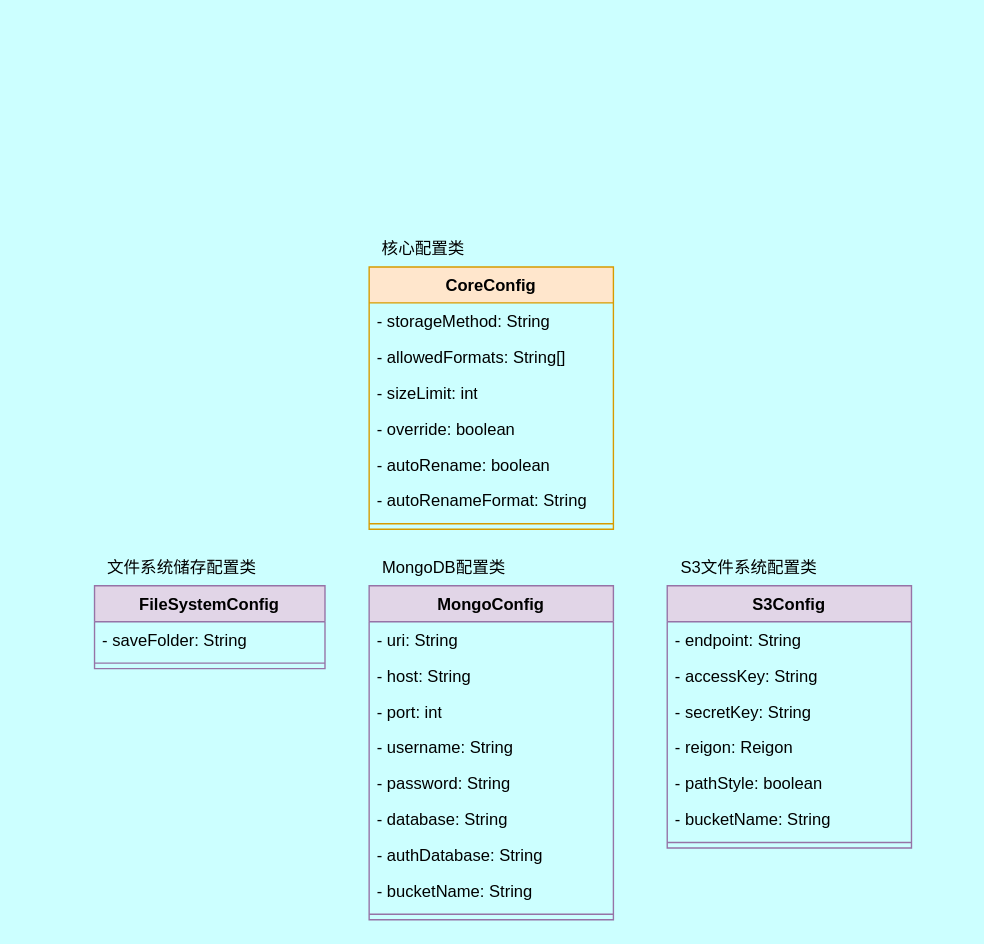
Before: page "配置类" (1 of 2) of docs/diagram/部分类图.drawio in swsk33/file-lift, a draw.io diagram. Source tidied: cells renumbered, new cells numbered last; positions are measured from the earlier drawing's top-left corner, leaving out a move shared by most shapes. Both pictures are drawn from the tidied source at 138%, with x=0, y=0 at pixel (94, 230).
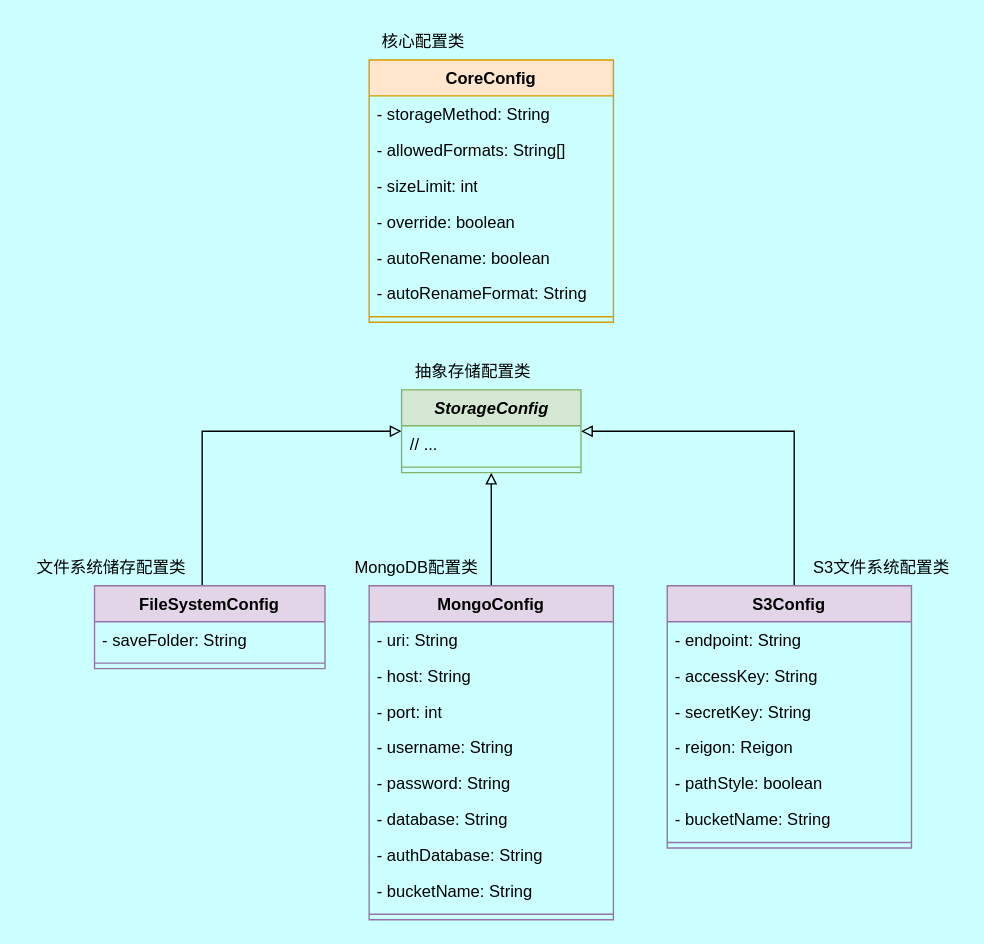
After the change.

Unchanged cells that the change refers to:
```xml
<mxCell id="10" value="FileSystemConfig" style="swimlane;fontStyle=1;align=center;verticalAlign=top;horizontal=1;startSize=26;whiteSpace=wrap;html=1;fillColor=#e1d5e7;strokeColor=#9673a6;" parent="1" vertex="1">
  <mxGeometry y="257" width="167" height="60" as="geometry" />
</mxCell>
<mxCell id="13" value="MongoConfig" style="swimlane;fontStyle=1;align=center;verticalAlign=top;horizontal=1;startSize=26;whiteSpace=wrap;html=1;fillColor=#e1d5e7;strokeColor=#9673a6;" parent="1" vertex="1">
  <mxGeometry x="199" y="257" width="177" height="242" as="geometry" />
</mxCell>
<mxCell id="27" value="S3Config" style="swimlane;fontStyle=1;align=center;verticalAlign=top;horizontal=1;startSize=26;whiteSpace=wrap;html=1;fillColor=#e1d5e7;strokeColor=#9673a6;" parent="1" vertex="1">
  <mxGeometry x="415" y="257" width="177" height="190" as="geometry" />
</mxCell>
```

What changed in the source:
```diff
@@
     <mxCell id="2" value="CoreConfig" style="swimlane;fontStyle=1;align=center;verticalAlign=top;horizontal=1;startSize=26;whiteSpace=wrap;html=1;fillColor=#ffe6cc;strokeColor=#d79b00;" parent="1" vertex="1">
-      <mxGeometry x="199" y="26" width="177" height="190" as="geometry" />
+      <mxGeometry x="199" y="-124" width="177" height="190" as="geometry" />
     </mxCell>
@@
+    <mxCell id="35" style="edgeStyle=orthogonalEdgeStyle;shape=connector;rounded=0;jettySize=auto;html=1;strokeColor=default;align=center;verticalAlign=middle;fontFamily=Helvetica;fontSize=11;fontColor=default;labelBackgroundColor=default;endArrow=block;endFill=0;" parent="1" edge="1" source="10" target="38">
+      <mxGeometry relative="1" as="geometry">
+        <Array as="points">
+          <mxPoint x="78" y="145" />
+        </Array>
+      </mxGeometry>
+    </mxCell>
@@
+    <mxCell id="36" style="edgeStyle=orthogonalEdgeStyle;shape=connector;rounded=0;jettySize=auto;html=1;strokeColor=default;align=center;verticalAlign=middle;fontFamily=Helvetica;fontSize=11;fontColor=default;labelBackgroundColor=default;endArrow=block;endFill=0;" parent="1" edge="1" source="13" target="38">
+      <mxGeometry relative="1" as="geometry" />
+    </mxCell>
@@
     <mxCell id="23" value="核心配置类" style="text;html=1;align=center;verticalAlign=middle;strokeColor=none;fillColor=none;" parent="1" vertex="1">
-      <mxGeometry x="199" width="78" height="26" as="geometry" />
+      <mxGeometry x="199" y="-150" width="78" height="26" as="geometry" />
     </mxCell>
     <mxCell id="24" value="MongoDB配置类" style="text;html=1;align=center;verticalAlign=middle;strokeColor=none;fillColor=none;" parent="1" vertex="1">
-      <mxGeometry x="199" y="231" width="107" height="26" as="geometry" />
+      <mxGeometry x="179" y="231" width="107" height="26" as="geometry" />
     </mxCell>
     <mxCell id="25" value="文件系统储存配置类" style="text;html=1;align=center;verticalAlign=middle;strokeColor=none;fillColor=none;" parent="1" vertex="1">
-      <mxGeometry y="231" width="126" height="26" as="geometry" />
+      <mxGeometry x="-51" y="231" width="126" height="26" as="geometry" />
     </mxCell>
     <mxCell id="26" value="S3文件系统配置类" style="text;html=1;align=center;verticalAlign=middle;strokeColor=none;fillColor=none;" parent="1" vertex="1">
-      <mxGeometry x="415" y="231" width="117" height="26" as="geometry" />
+      <mxGeometry x="511" y="231" width="117" height="26" as="geometry" />
     </mxCell>
+    <mxCell id="37" style="edgeStyle=orthogonalEdgeStyle;shape=connector;rounded=0;jettySize=auto;html=1;strokeColor=default;align=center;verticalAlign=middle;fontFamily=Helvetica;fontSize=11;fontColor=default;labelBackgroundColor=default;endArrow=block;endFill=0;" parent="1" edge="1" source="27" target="38">
+      <mxGeometry relative="1" as="geometry">
+        <Array as="points">
+          <mxPoint x="507" y="145" />
+        </Array>
+      </mxGeometry>
+    </mxCell>
@@
+    <mxCell id="38" value="&lt;i&gt;StorageConfig&lt;/i&gt;" style="swimlane;fontStyle=1;align=center;verticalAlign=top;horizontal=1;startSize=26;whiteSpace=wrap;html=1;fillColor=#d5e8d4;strokeColor=#82b366;" parent="1" vertex="1">
+      <mxGeometry x="222.5" y="115" width="130" height="60" as="geometry" />
+    </mxCell>
+    <mxCell id="39" value="// ..." style="text;strokeColor=none;fillColor=none;align=left;verticalAlign=top;spacingLeft=4;spacingRight=4;overflow=hidden;whiteSpace=wrap;html=1;" parent="38" vertex="1">
+      <mxGeometry y="26" width="130" height="26" as="geometry" />
+    </mxCell>
+    <mxCell id="40" style="line;strokeWidth=1;fillColor=none;align=left;verticalAlign=middle;spacingTop=-1;spacingLeft=3;spacingRight=3;labelPosition=right;strokeColor=inherit;" parent="38" vertex="1">
+      <mxGeometry y="52" width="130" height="8" as="geometry" />
+    </mxCell>
+    <mxCell id="41" value="抽象存储配置类" style="text;html=1;align=center;verticalAlign=middle;strokeColor=none;fillColor=none;" parent="1" vertex="1">
+      <mxGeometry x="222.5" y="89" width="102" height="26" as="geometry" />
+    </mxCell>
```
